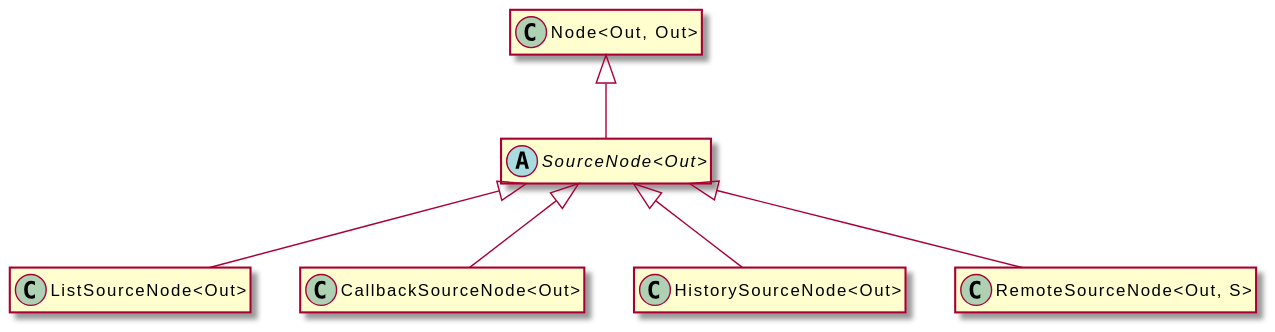
This is assets/SourceNode-umlClassDiagram-10359.svg from OpenHPS/openhps-core, a PlantUML export, as it was before one commit. Its diagram source:
```plantuml
@startuml
skinparam BackgroundColor transparent
hide empty methods
hide empty fields
abstract class "SourceNode<Out>" {
}
class "Node<Out, Out>" {
}
"Node<Out, Out>" <|-- "SourceNode<Out>"
class "ListSourceNode<Out>" {
}
"SourceNode<Out>" <|-- "ListSourceNode<Out>"
class "CallbackSourceNode<Out>" {
}
"SourceNode<Out>" <|-- "CallbackSourceNode<Out>"
class "HistorySourceNode<Out>" {
}
"SourceNode<Out>" <|-- "HistorySourceNode<Out>"
class "RemoteSourceNode<Out, S>" {
}
"SourceNode<Out>" <|-- "RemoteSourceNode<Out, S>"
@enduml
```
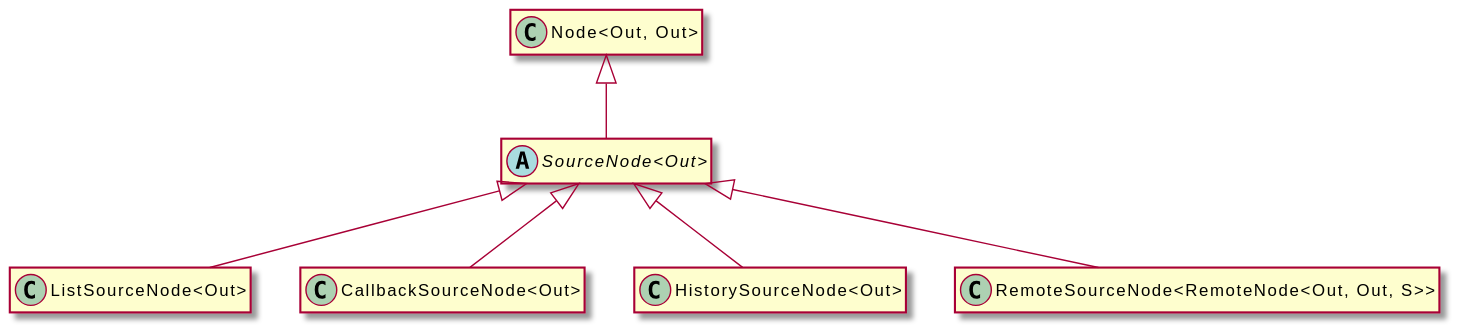
The same file after the commit.

The edit, as a diff of the source:
```diff
@@ -16,7 +16,7 @@
 class "HistorySourceNode<Out>" {
 }
 "SourceNode<Out>" <|-- "HistorySourceNode<Out>"
-class "RemoteSourceNode<Out, S>" {
+class "RemoteSourceNode<RemoteNode<Out, Out, S>>" {
 }
-"SourceNode<Out>" <|-- "RemoteSourceNode<Out, S>"
+"SourceNode<Out>" <|-- "RemoteSourceNode<RemoteNode<Out, Out, S>>"
 @enduml
```
